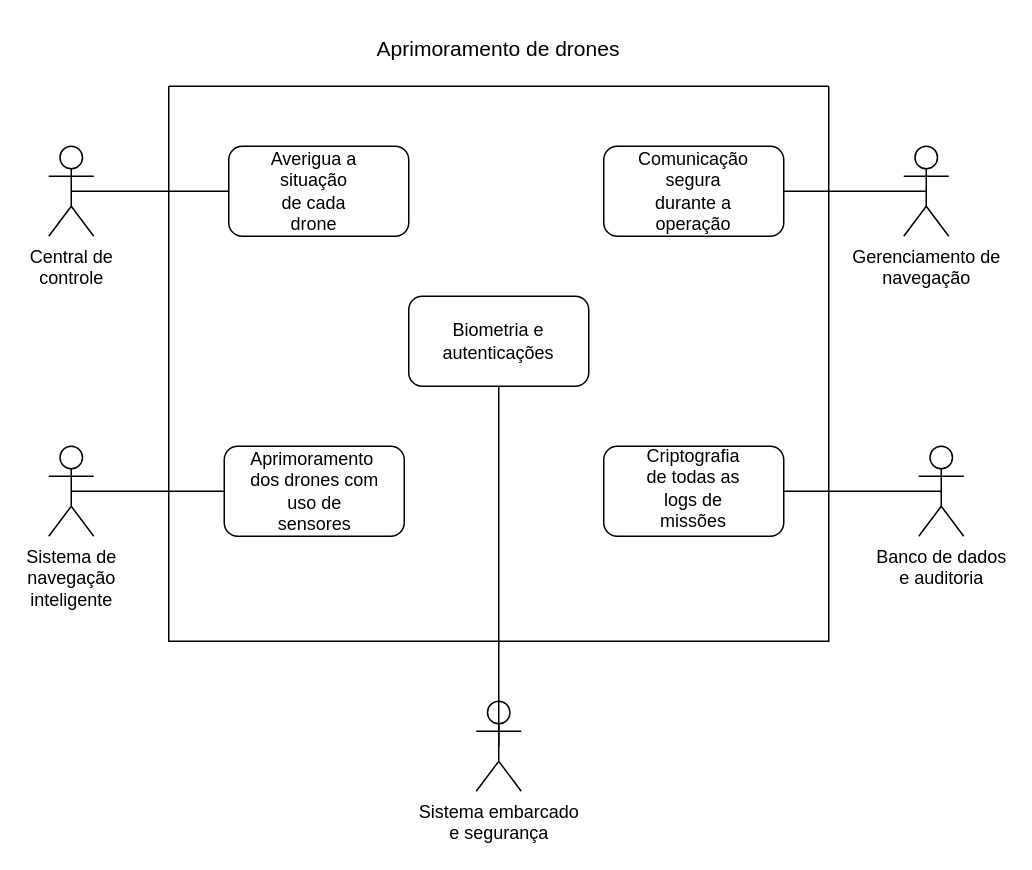
Earlier version of the draw.io diagram Diagrama de uso.drawio (GrupoProjeto021/UML-Classroom-FCI). Source tidied: cells renumbered, new cells numbered last; positions are measured from the earlier drawing's top-left corner, leaving out a move shared by most shapes. Both pictures are drawn from the tidied source at 150%, with x=0, y=0 at pixel (48, 26).
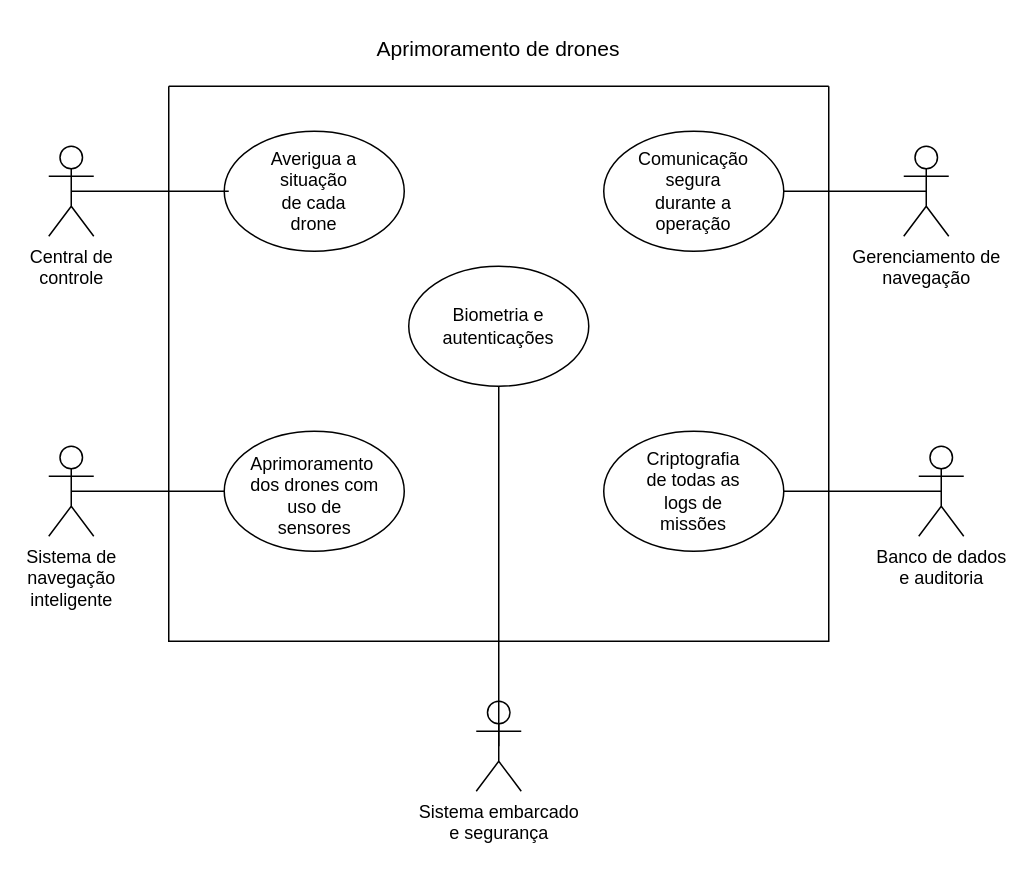
The same diagram, later.

Unchanged cells that the change refers to:
```xml
<mxCell id="2" style="swimlane;startSize=0;" parent="1" vertex="1">
  <mxGeometry x="80" y="40" width="440" height="370" as="geometry" />
</mxCell>
<mxCell id="13" value="Sistema de&lt;div&gt;navegação&lt;/div&gt;&lt;div&gt;inteligente&lt;/div&gt;" style="shape=umlActor;verticalLabelPosition=bottom;verticalAlign=top;html=1;outlineConnect=0;" parent="1" vertex="1">
  <mxGeometry y="280" width="30" height="60" as="geometry" />
</mxCell>
<mxCell id="14" value="Gerenciamento de&lt;div&gt;navegação&lt;/div&gt;" style="shape=umlActor;verticalLabelPosition=bottom;verticalAlign=top;html=1;outlineConnect=0;" parent="1" vertex="1">
  <mxGeometry x="570" y="80" width="30" height="60" as="geometry" />
</mxCell>
<mxCell id="15" value="Banco de dados&lt;div&gt;e auditoria&lt;/div&gt;" style="shape=umlActor;verticalLabelPosition=bottom;verticalAlign=top;html=1;outlineConnect=0;" parent="1" vertex="1">
  <mxGeometry x="580" y="280" width="30" height="60" as="geometry" />
</mxCell>
<mxCell id="16" value="Central de&lt;div&gt;controle&lt;/div&gt;" style="shape=umlActor;verticalLabelPosition=bottom;verticalAlign=top;html=1;outlineConnect=0;" parent="1" vertex="1">
  <mxGeometry y="80" width="30" height="60" as="geometry" />
</mxCell>
<mxCell id="17" value="Sistema embarcado&lt;div&gt;e segurança&lt;/div&gt;" style="shape=umlActor;verticalLabelPosition=bottom;verticalAlign=top;html=1;outlineConnect=0;" parent="1" vertex="1">
  <mxGeometry x="285" y="450" width="30" height="60" as="geometry" />
</mxCell>
```

Change to the diagram source:
```diff
@@
-    <mxCell id="3" style="rounded=1;whiteSpace=wrap;html=1;" parent="2" vertex="1">
-      <mxGeometry x="40" y="40" width="120" height="60" as="geometry" />
-    </mxCell>
+    <mxCell id="24" style="ellipse;whiteSpace=wrap;html=1;" parent="2" vertex="1">
+      <mxGeometry x="37" y="30" width="120" height="80" as="geometry" />
+    </mxCell>
@@
-    <mxCell id="5" style="rounded=1;whiteSpace=wrap;html=1;" parent="2" vertex="1">
-      <mxGeometry x="37" y="240" width="120" height="60" as="geometry" />
-    </mxCell>
+    <mxCell id="25" style="ellipse;whiteSpace=wrap;html=1;" parent="2" vertex="1">
+      <mxGeometry x="290" y="30" width="120" height="80" as="geometry" />
+    </mxCell>
+    <mxCell id="10" value="Comunicação segura durante a operação" style="text;html=1;align=center;verticalAlign=middle;whiteSpace=wrap;rounded=0;" parent="2" vertex="1">
+      <mxGeometry x="320" y="55" width="60" height="30" as="geometry" />
+    </mxCell>
+    <mxCell id="26" style="ellipse;whiteSpace=wrap;html=1;" parent="2" vertex="1">
+      <mxGeometry x="37" y="230" width="120" height="80" as="geometry" />
+    </mxCell>
     <mxCell id="6" value="Aprimoramento&amp;nbsp; dos drones com uso de sensores" style="text;html=1;align=center;verticalAlign=middle;whiteSpace=wrap;rounded=0;" parent="2" vertex="1">
-      <mxGeometry x="70.5" y="257.5" width="53" height="25" as="geometry" />
+      <mxGeometry x="70.5" y="260" width="53" height="25" as="geometry" />
     </mxCell>
-    <mxCell id="7" style="rounded=1;whiteSpace=wrap;html=1;" parent="2" vertex="1">
-      <mxGeometry x="290" y="40" width="120" height="60" as="geometry" />
-    </mxCell>
-    <mxCell id="8" style="rounded=1;whiteSpace=wrap;html=1;" parent="2" vertex="1">
-      <mxGeometry x="290" y="240" width="120" height="60" as="geometry" />
-    </mxCell>
-    <mxCell id="9" style="rounded=1;whiteSpace=wrap;html=1;" parent="2" vertex="1">
-      <mxGeometry x="160" y="140" width="120" height="60" as="geometry" />
-    </mxCell>
-    <mxCell id="10" value="Comunicação segura durante a operação" style="text;html=1;align=center;verticalAlign=middle;whiteSpace=wrap;rounded=0;" parent="2" vertex="1">
-      <mxGeometry x="320" y="55" width="60" height="30" as="geometry" />
-    </mxCell>
+    <mxCell id="27" style="ellipse;whiteSpace=wrap;html=1;" parent="2" vertex="1">
+      <mxGeometry x="290" y="230" width="120" height="80" as="geometry" />
+    </mxCell>
     <mxCell id="11" value="Criptografia de todas as logs de missões" style="text;html=1;align=center;verticalAlign=middle;whiteSpace=wrap;rounded=0;" parent="2" vertex="1">
-      <mxGeometry x="320" y="253" width="60" height="30" as="geometry" />
+      <mxGeometry x="320" y="255" width="60" height="30" as="geometry" />
     </mxCell>
+    <mxCell id="28" style="ellipse;whiteSpace=wrap;html=1;" parent="2" vertex="1">
+      <mxGeometry x="160" y="120" width="120" height="80" as="geometry" />
+    </mxCell>
     <mxCell id="12" value="Biometria e autenticações" style="text;html=1;align=center;verticalAlign=middle;whiteSpace=wrap;rounded=0;" parent="2" vertex="1">
-      <mxGeometry x="190" y="155" width="60" height="30" as="geometry" />
+      <mxGeometry x="190" y="145" width="60" height="30" as="geometry" />
     </mxCell>
@@
-    <mxCell id="19" style="endArrow=none;html=1;rounded=0;entryX=0;entryY=0.5;entryDx=0;entryDy=0;exitX=0.5;exitY=0.5;exitDx=0;exitDy=0;exitPerimeter=0;" parent="1" edge="1" source="16" target="3">
-      <mxGeometry relative="1" as="geometry" />
+    <mxCell id="19" style="endArrow=none;html=1;rounded=0;entryX=0;entryY=0.5;entryDx=0;entryDy=0;exitX=0.5;exitY=0.5;exitDx=0;exitDy=0;exitPerimeter=0;" parent="1" edge="1" source="16">
+      <mxGeometry relative="1" as="geometry">
+        <mxPoint x="120" y="110" as="targetPoint" />
+      </mxGeometry>
     </mxCell>
-    <mxCell id="20" style="endArrow=none;html=1;rounded=0;exitX=0.5;exitY=0.5;exitDx=0;exitDy=0;exitPerimeter=0;entryX=0;entryY=0.5;entryDx=0;entryDy=0;" parent="1" edge="1" source="13" target="5">
-      <mxGeometry relative="1" as="geometry" />
+    <mxCell id="20" style="endArrow=none;html=1;rounded=0;exitX=0.5;exitY=0.5;exitDx=0;exitDy=0;exitPerimeter=0;entryX=0;entryY=0.5;entryDx=0;entryDy=0;" parent="1" edge="1" source="13">
+      <mxGeometry relative="1" as="geometry">
+        <mxPoint x="117" y="310" as="targetPoint" />
+      </mxGeometry>
     </mxCell>
-    <mxCell id="21" style="endArrow=none;html=1;rounded=0;exitX=0.5;exitY=0.5;exitDx=0;exitDy=0;exitPerimeter=0;entryX=0.5;entryY=1;entryDx=0;entryDy=0;" parent="1" edge="1" source="17" target="9">
-      <mxGeometry relative="1" as="geometry" />
+    <mxCell id="21" style="endArrow=none;html=1;rounded=0;exitX=0.5;exitY=0.5;exitDx=0;exitDy=0;exitPerimeter=0;entryX=0.5;entryY=1;entryDx=0;entryDy=0;" parent="1" edge="1" source="17">
+      <mxGeometry relative="1" as="geometry">
+        <mxPoint x="300" y="240" as="targetPoint" />
+      </mxGeometry>
     </mxCell>
-    <mxCell id="22" style="endArrow=none;html=1;rounded=0;exitX=1;exitY=0.5;exitDx=0;exitDy=0;entryX=0.5;entryY=0.5;entryDx=0;entryDy=0;entryPerimeter=0;" parent="1" edge="1" source="7" target="14">
-      <mxGeometry relative="1" as="geometry" />
+    <mxCell id="22" style="endArrow=none;html=1;rounded=0;exitX=1;exitY=0.5;exitDx=0;exitDy=0;entryX=0.5;entryY=0.5;entryDx=0;entryDy=0;entryPerimeter=0;" parent="1" edge="1" target="14">
+      <mxGeometry relative="1" as="geometry">
+        <mxPoint x="490" y="110" as="sourcePoint" />
+      </mxGeometry>
     </mxCell>
-    <mxCell id="23" style="endArrow=none;html=1;rounded=0;exitX=1;exitY=0.5;exitDx=0;exitDy=0;entryX=0.5;entryY=0.5;entryDx=0;entryDy=0;entryPerimeter=0;" parent="1" edge="1" source="8" target="15">
-      <mxGeometry relative="1" as="geometry" />
+    <mxCell id="23" style="endArrow=none;html=1;rounded=0;exitX=1;exitY=0.5;exitDx=0;exitDy=0;entryX=0.5;entryY=0.5;entryDx=0;entryDy=0;entryPerimeter=0;" parent="1" edge="1" target="15">
+      <mxGeometry relative="1" as="geometry">
+        <mxPoint x="490" y="310" as="sourcePoint" />
+      </mxGeometry>
     </mxCell>
```
